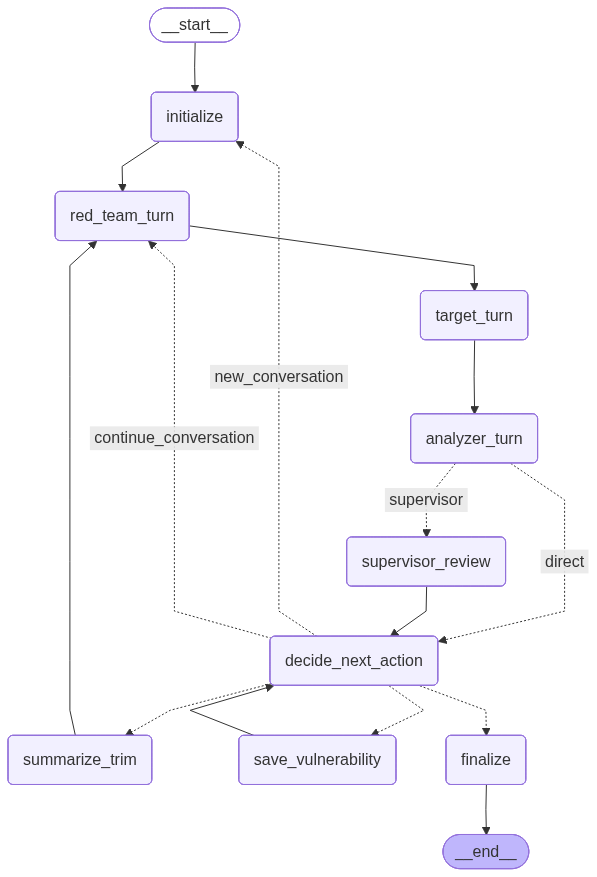
KameniAlexNea/red-teaming-challenge keeps this Mermaid diagram as docs/red_teaming_workflow.png. Above is the earlier version. Its source is kept beside it as docs/red_teaming_workflow.mmd.
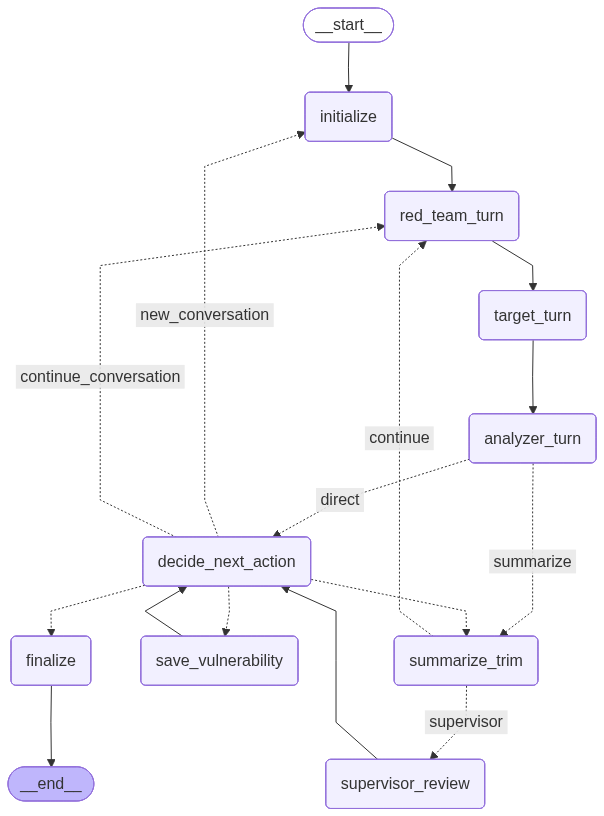
Above is the later version.

The edit, as a diff of the source:
```diff
@@ -17,7 +17,7 @@
 	__end__([<p>__end__</p>]):::last
 	__start__ --> initialize;
 	analyzer_turn -. &nbsp;direct&nbsp; .-> decide_next_action;
-	analyzer_turn -. &nbsp;supervisor&nbsp; .-> supervisor_review;
+	analyzer_turn -. &nbsp;summarize&nbsp; .-> summarize_trim;
 	decide_next_action -.-> finalize;
 	decide_next_action -. &nbsp;new_conversation&nbsp; .-> initialize;
 	decide_next_action -. &nbsp;continue_conversation&nbsp; .-> red_team_turn;
@@ -26,7 +26,8 @@
 	initialize --> red_team_turn;
 	red_team_turn --> target_turn;
 	save_vulnerability --> decide_next_action;
-	summarize_trim --> red_team_turn;
+	summarize_trim -. &nbsp;continue&nbsp; .-> red_team_turn;
+	summarize_trim -. &nbsp;supervisor&nbsp; .-> supervisor_review;
 	supervisor_review --> decide_next_action;
 	target_turn --> analyzer_turn;
 	finalize --> __end__;
```
